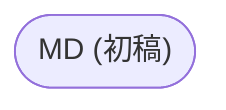
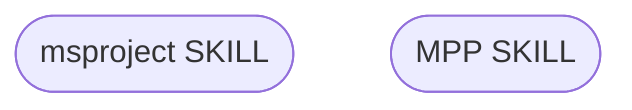
flowchart TD
-   n_0(["MD (初稿)"])
+   n_0(["msproject SKILL"])
+   n_1(["MPP SKILL"])
